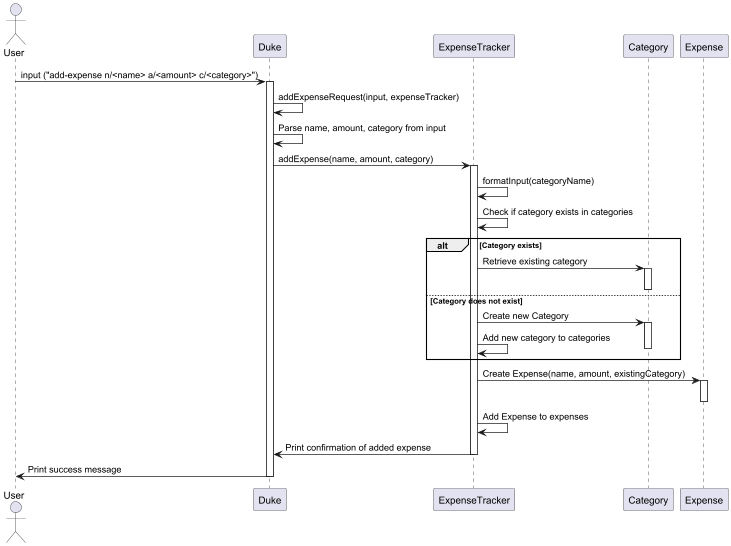
Earlier version of the PlantUML export docs/diagrams/AddExpense.png (nus-cs2113-AY2425S1/tp).
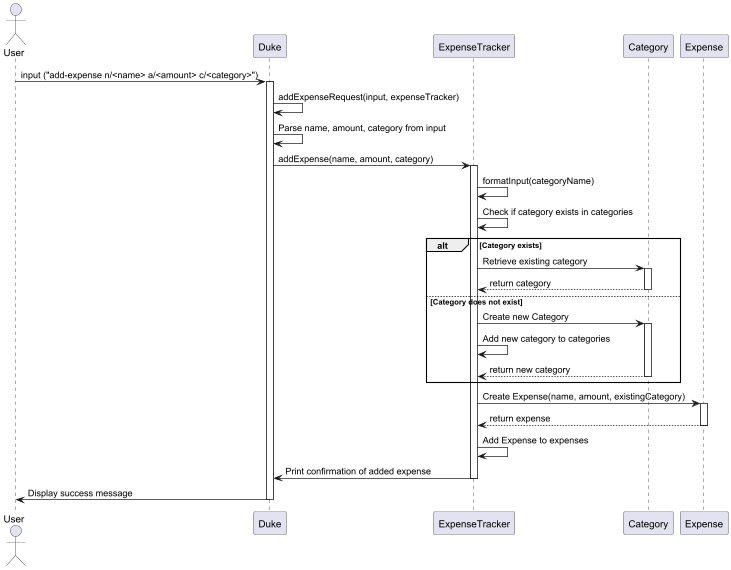
Above is the later version.

Commit message:
Add new picture file of add-expense sequence diagram

Change to the diagram source:
```diff
@@ -5,38 +5,41 @@
 participant Category
 participant Expense
 
-User -> Duke: input ("add-expense n/<name> a/<amount> c/<category>")
+User -> Duke : input ("add-expense n/<name> a/<amount> c/<category>")
 activate Duke
 
-Duke -> Duke: addExpenseRequest(input, expenseTracker)
-Duke -> Duke: Parse name, amount, category from input
-Duke -> ExpenseTracker: addExpense(name, amount, category)
+Duke -> Duke : addExpenseRequest(input, expenseTracker)
+Duke -> Duke : Parse name, amount, category from input
+Duke -> ExpenseTracker : addExpense(name, amount, category)
 activate ExpenseTracker
 
-ExpenseTracker -> ExpenseTracker: formatInput(categoryName)
-ExpenseTracker -> ExpenseTracker: Check if category exists in categories
+ExpenseTracker -> ExpenseTracker : formatInput(categoryName)
+ExpenseTracker -> ExpenseTracker : Check if category exists in categories
 
 alt Category exists
-    ExpenseTracker -> Category: Retrieve existing category
+    ExpenseTracker -> Category : Retrieve existing category
     activate Category
+    Category --> ExpenseTracker : return category
     deactivate Category
 else Category does not exist
-    ExpenseTracker -> Category: Create new Category
+    ExpenseTracker -> Category : Create new Category
     activate Category
-    ExpenseTracker -> ExpenseTracker: Add new category to categories
+    ExpenseTracker -> ExpenseTracker : Add new category to categories
+    Category --> ExpenseTracker : return new category
     deactivate Category
 end
 
-ExpenseTracker -> Expense: Create Expense(name, amount, existingCategory)
+ExpenseTracker -> Expense : Create Expense(name, amount, existingCategory)
 activate Expense
+Expense --> ExpenseTracker : return expense
 deactivate Expense
 
-ExpenseTracker -> ExpenseTracker: Add Expense to expenses
+ExpenseTracker -> ExpenseTracker : Add Expense to expenses
 
-ExpenseTracker -> Duke: Print confirmation of added expense
+ExpenseTracker -> Duke : Print confirmation of added expense
 deactivate ExpenseTracker
 
-Duke -> User: Print success message
+Duke -> User : Display success message
 deactivate Duke
 
 @enduml
```
